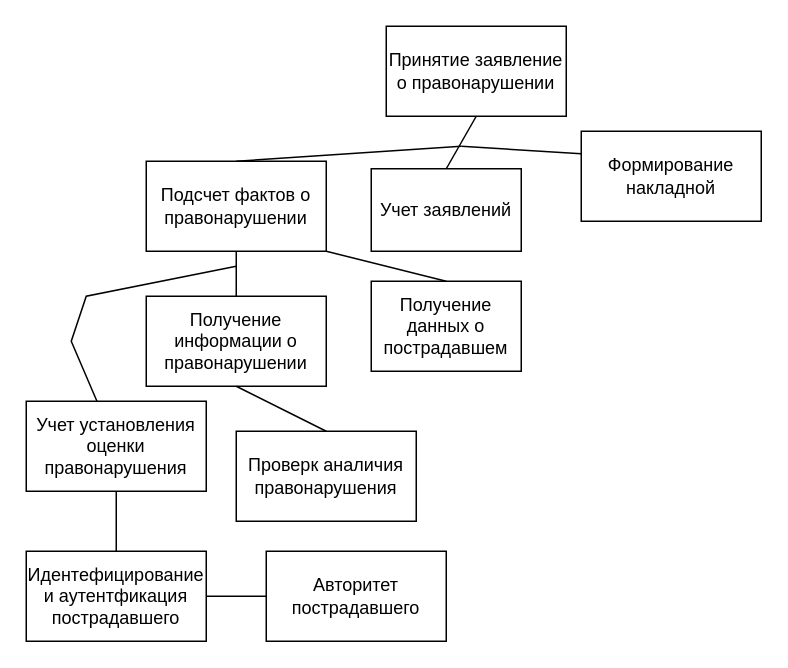
The draw.io diagram page "Страница 2" (2 of 3) of Диаграмма без названия.drawio in YagovkinaA/omp, before the edit. Source tidied: cells renumbered, new cells numbered last; positions are measured from the earlier drawing's top-left corner, leaving out a move shared by most shapes. Both pictures are drawn from the tidied source at 150%, with x=0, y=0 at pixel (26, 26).
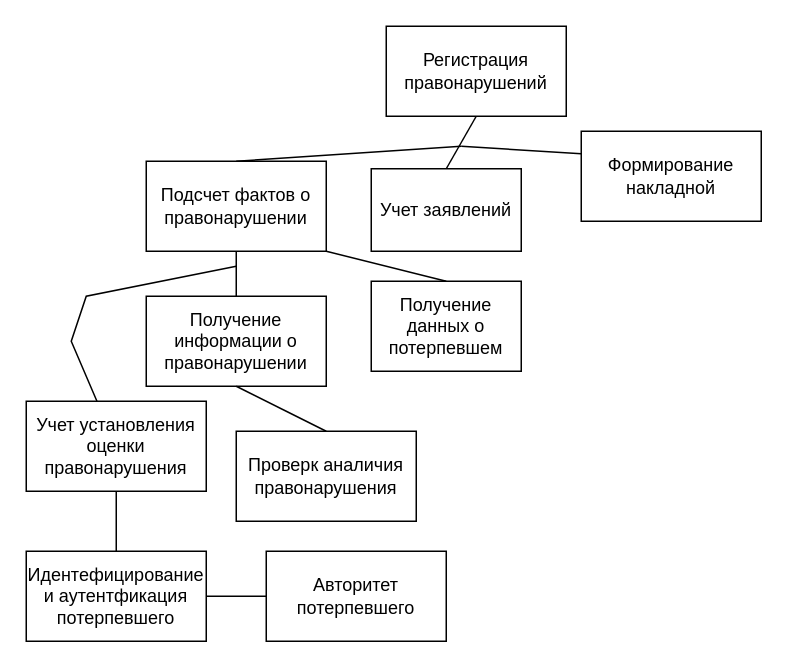
After the change.

The edit, as a diff of the source:
```diff
@@
-    <mxCell id="2" value="Принятие заявление о правонарушении" style="rounded=0;whiteSpace=wrap;html=1;" parent="1" vertex="1">
+    <mxCell id="2" value="Регистрация правонарушений" style="rounded=0;whiteSpace=wrap;html=1;" parent="1" vertex="1">
       <mxGeometry x="240" width="120" height="60" as="geometry" />
     </mxCell>
@@
-    <mxCell id="9" value="Получение данных о пострадавшем" style="rounded=0;whiteSpace=wrap;html=1;" parent="1" vertex="1">
+    <mxCell id="9" value="Получение данных о потерпевшем&lt;br&gt;" style="rounded=0;whiteSpace=wrap;html=1;" parent="1" vertex="1">
       <mxGeometry x="230" y="170" width="100" height="60" as="geometry" />
     </mxCell>
@@
-    <mxCell id="17" value="Идентефицирование и аутентфикация пострадавшего" style="rounded=0;whiteSpace=wrap;html=1;" parent="1" vertex="1">
+    <mxCell id="17" value="Идентефицирование и аутентфикация потерпевшего" style="rounded=0;whiteSpace=wrap;html=1;" parent="1" vertex="1">
       <mxGeometry y="350" width="120" height="60" as="geometry" />
     </mxCell>
@@
-    <mxCell id="19" value="Авторитет пострадавшего" style="rounded=0;whiteSpace=wrap;html=1;" parent="1" vertex="1">
+    <mxCell id="19" value="Авторитет потерпевшего" style="rounded=0;whiteSpace=wrap;html=1;" parent="1" vertex="1">
       <mxGeometry x="160" y="350" width="120" height="60" as="geometry" />
     </mxCell>
```
